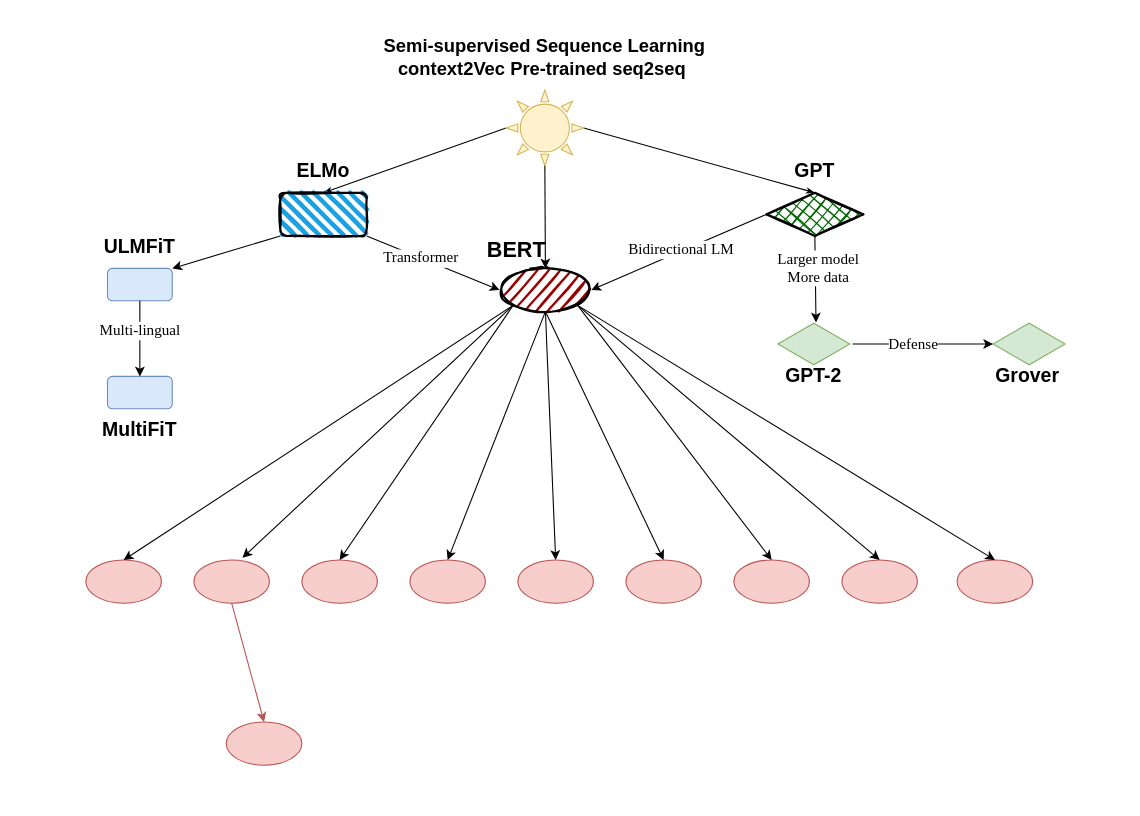
Above: 语言预训练发展.drawio in yhx123hero/CyberspaceSecurity_NER (draw.io), before the change. Source tidied: cells renumbered, new cells numbered last; positions are measured from the earlier drawing's top-left corner, leaving out a move shared by most shapes. Both pictures are drawn from the tidied source at 108%, with x=0, y=0 at pixel (85, 30).
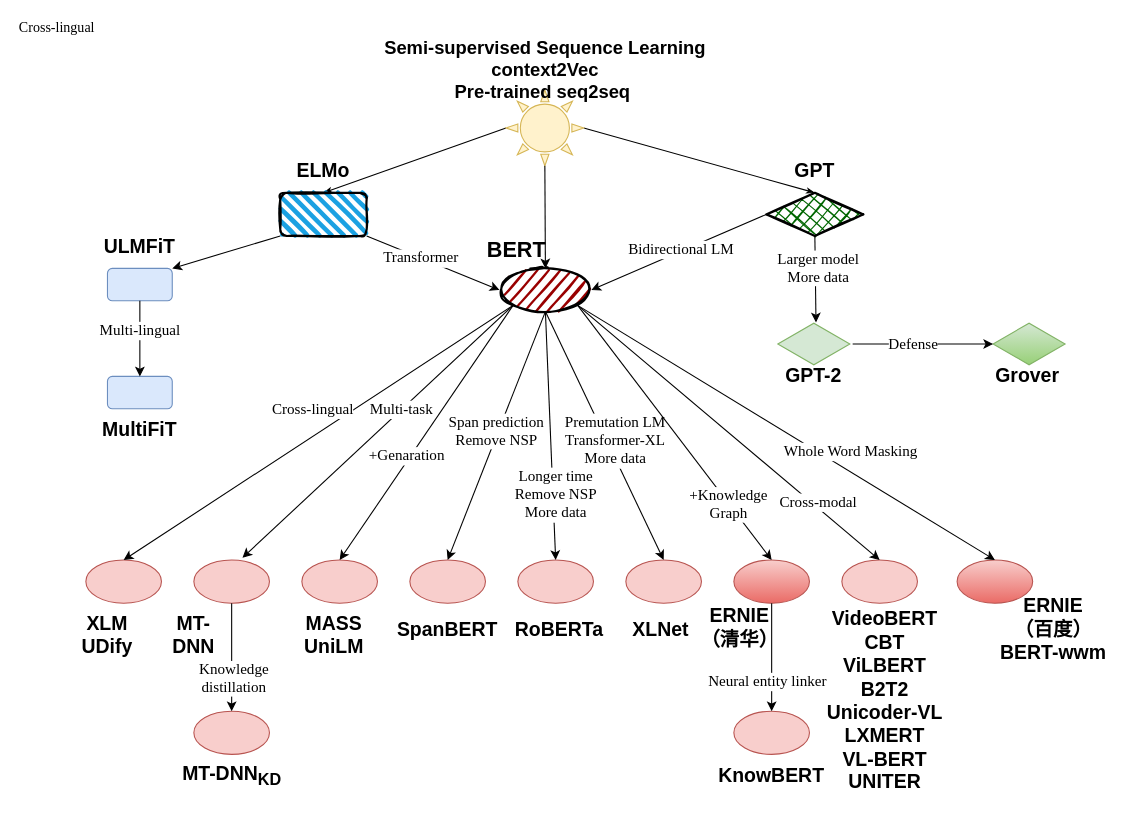
Above is the later version.

Commit message (it also covers changes not shown here):
更新语言预训练发展.drawio

Unchanged cells that the change refers to:
```xml
<mxCell id="27" style="ellipse;whiteSpace=wrap;html=1;fontSize=17;fillColor=#f8cecc;strokeColor=#b85450;" parent="1" vertex="1">
  <mxGeometry x="100" y="490" width="70" height="40" as="geometry" />
</mxCell>
<mxCell id="43" style="endArrow=classic;html=1;strokeColor=#000000;fontFamily=Times New Roman;fontSize=20;exitX=0;exitY=1;exitDx=0;exitDy=0;entryX=0.5;entryY=0;entryDx=0;entryDy=0;" parent="1" edge="1" source="10" target="23">
  <mxGeometry relative="1" as="geometry" />
</mxCell>
<mxCell id="44" style="endArrow=classic;html=1;strokeColor=#000000;fontFamily=Times New Roman;fontSize=20;exitX=0;exitY=1;exitDx=0;exitDy=0;entryX=0.643;entryY=-0.05;entryDx=0;entryDy=0;entryPerimeter=0;" parent="1" edge="1" source="10" target="27">
  <mxGeometry relative="1" as="geometry" />
</mxCell>
<mxCell id="45" style="endArrow=classic;html=1;strokeColor=#000000;fontFamily=Times New Roman;fontSize=20;exitX=0;exitY=1;exitDx=0;exitDy=0;entryX=0.5;entryY=0;entryDx=0;entryDy=0;" parent="1" edge="1" source="10" target="28">
  <mxGeometry relative="1" as="geometry" />
</mxCell>
<mxCell id="46" style="endArrow=classic;html=1;strokeColor=#000000;fontFamily=Times New Roman;fontSize=20;exitX=0.5;exitY=1;exitDx=0;exitDy=0;entryX=0.5;entryY=0;entryDx=0;entryDy=0;" parent="1" edge="1" source="10" target="29">
  <mxGeometry relative="1" as="geometry" />
</mxCell>
<mxCell id="47" style="endArrow=classic;html=1;strokeColor=#000000;fontFamily=Times New Roman;fontSize=20;exitX=0.5;exitY=1;exitDx=0;exitDy=0;entryX=0.5;entryY=0;entryDx=0;entryDy=0;" parent="1" edge="1" source="10" target="30">
  <mxGeometry relative="1" as="geometry" />
</mxCell>
<mxCell id="48" style="endArrow=classic;html=1;strokeColor=#000000;fontFamily=Times New Roman;fontSize=20;exitX=0.5;exitY=1;exitDx=0;exitDy=0;entryX=0.5;entryY=0;entryDx=0;entryDy=0;" parent="1" edge="1" source="10" target="31">
  <mxGeometry relative="1" as="geometry" />
</mxCell>
<mxCell id="49" style="endArrow=classic;html=1;strokeColor=#000000;fontFamily=Times New Roman;fontSize=20;exitX=1;exitY=1;exitDx=0;exitDy=0;entryX=0.5;entryY=0;entryDx=0;entryDy=0;" parent="1" edge="1" source="10" target="32">
  <mxGeometry relative="1" as="geometry" />
</mxCell>
<mxCell id="50" style="endArrow=classic;html=1;strokeColor=#000000;fontFamily=Times New Roman;fontSize=20;exitX=1;exitY=1;exitDx=0;exitDy=0;entryX=0.5;entryY=0;entryDx=0;entryDy=0;" parent="1" edge="1" source="10" target="33">
  <mxGeometry relative="1" as="geometry" />
</mxCell>
<mxCell id="51" style="endArrow=classic;html=1;strokeColor=#000000;fontFamily=Times New Roman;fontSize=20;exitX=1;exitY=1;exitDx=0;exitDy=0;entryX=0.5;entryY=0;entryDx=0;entryDy=0;" parent="1" edge="1" source="10" target="34">
  <mxGeometry relative="1" as="geometry" />
</mxCell>
```

The edit, as a diff of the source:
```diff
@@
-    <mxCell id="5" value="Semi-supervised Sequence Learning context2Vec Pre-trained seq2seq&amp;nbsp;" style="text;html=1;strokeColor=none;fillColor=none;align=center;verticalAlign=middle;whiteSpace=wrap;rounded=0;fontSize=17;fontStyle=1;" parent="1" vertex="1">
-      <mxGeometry x="275" width="300" height="50" as="geometry" />
+    <mxCell id="5" value="Semi-supervised Sequence Learning context2Vec &lt;br&gt;Pre-trained seq2seq&amp;nbsp;" style="text;html=1;strokeColor=none;fillColor=none;align=center;verticalAlign=middle;whiteSpace=wrap;rounded=0;fontSize=17;fontStyle=1;" parent="1" vertex="1">
+      <mxGeometry x="248" y="12" width="355" height="50" as="geometry" />
     </mxCell>
@@
-    <mxCell id="20" style="html=1;whiteSpace=wrap;shape=isoRectangle;fontSize=17;fillColor=#d5e8d4;strokeColor=#82b366;" parent="1" vertex="1">
+    <mxCell id="20" style="html=1;whiteSpace=wrap;shape=isoRectangle;fontSize=17;fillColor=#d5e8d4;strokeColor=#82b366;gradientColor=#97d077;" parent="1" vertex="1">
       <mxGeometry x="840" y="270" width="66.7" height="40" as="geometry" />
     </mxCell>
@@
-    <mxCell id="32" style="ellipse;whiteSpace=wrap;html=1;fontSize=17;fillColor=#f8cecc;strokeColor=#b85450;" parent="1" vertex="1">
+    <mxCell id="32" style="ellipse;whiteSpace=wrap;html=1;fontSize=17;fillColor=#f8cecc;strokeColor=#b85450;gradientColor=#ea6b66;" parent="1" vertex="1">
       <mxGeometry x="600" y="490" width="70" height="40" as="geometry" />
     </mxCell>
@@
-    <mxCell id="34" style="ellipse;whiteSpace=wrap;html=1;fontSize=17;fillColor=#f8cecc;strokeColor=#b85450;" parent="1" vertex="1">
+    <mxCell id="34" style="ellipse;whiteSpace=wrap;html=1;fontSize=17;fillColor=#f8cecc;strokeColor=#b85450;gradientColor=#ea6b66;" parent="1" vertex="1">
       <mxGeometry x="806.7" y="490" width="70" height="40" as="geometry" />
     </mxCell>
     <mxCell id="35" style="ellipse;whiteSpace=wrap;html=1;fontSize=17;fillColor=#f8cecc;strokeColor=#b85450;" parent="1" vertex="1">
-      <mxGeometry x="130" y="640" width="70" height="40" as="geometry" />
+      <mxGeometry x="100" y="630" width="70" height="40" as="geometry" />
     </mxCell>
-    <mxCell id="36" style="endArrow=classic;html=1;strokeColor=#b85450;fontSize=17;exitX=0.5;exitY=1;exitDx=0;exitDy=0;entryX=0.5;entryY=0;entryDx=0;entryDy=0;fillColor=#f8cecc;" parent="1" edge="1" source="27" target="35">
+    <mxCell id="36" style="endArrow=classic;html=1;fontSize=17;exitX=0.5;exitY=1;exitDx=0;exitDy=0;entryX=0.5;entryY=0;entryDx=0;entryDy=0;fillColor=#f8cecc;" parent="1" edge="1" source="27" target="35">
       <mxGeometry relative="1" as="geometry" />
     </mxCell>
+    <mxCell id="52" value="Knowledge&lt;br style=&quot;font-size: 14px;&quot;&gt;distillation" style="edgeLabel;html=1;align=center;verticalAlign=middle;fontSize=14;fontFamily=Times New Roman;" parent="36" vertex="1">
+      <mxGeometry x="0.24" y="1" relative="1" as="geometry">
+        <mxPoint y="7" as="offset" />
+      </mxGeometry>
+    </mxCell>
@@
+    <mxCell id="53" value="Cross-lingual" style="edgeLabel;html=1;align=center;verticalAlign=middle;fontSize=14;fontFamily=Times New Roman;" parent="43" vertex="1">
+      <mxGeometry x="-0.13" y="-3" relative="1" as="geometry">
+        <mxPoint x="-27.5" y="-4" as="offset" />
+      </mxGeometry>
+    </mxCell>
@@
+    <mxCell id="54" value="Multi-task" style="edgeLabel;html=1;align=center;verticalAlign=middle;fontSize=14;fontFamily=Times New Roman;" parent="44" vertex="1">
+      <mxGeometry x="-0.17" y="-1" relative="1" as="geometry" />
+    </mxCell>
@@
+    <mxCell id="55" value="+Genaration" style="edgeLabel;html=1;align=center;verticalAlign=middle;fontSize=14;fontFamily=Times New Roman;" parent="45" vertex="1">
+      <mxGeometry x="0.2" y="-3" relative="1" as="geometry" />
+    </mxCell>
@@
+    <mxCell id="56" value="Span prediction&lt;br style=&quot;font-size: 14px;&quot;&gt;Remove NSP" style="edgeLabel;html=1;align=center;verticalAlign=middle;fontSize=14;fontFamily=Times New Roman;" parent="46" vertex="1">
+      <mxGeometry x="0.14" y="2" relative="1" as="geometry">
+        <mxPoint x="3.3" y="-21.9" as="offset" />
+      </mxGeometry>
+    </mxCell>
@@
+    <mxCell id="57" value="Longer time&lt;br style=&quot;font-size: 14px;&quot;&gt;Remove NSP&lt;br style=&quot;font-size: 14px;&quot;&gt;More data" style="edgeLabel;html=1;align=center;verticalAlign=middle;fontSize=14;fontFamily=Times New Roman;" parent="47" vertex="1">
+      <mxGeometry x="0.32" relative="1" as="geometry">
+        <mxPoint x="3.2" y="18.1" as="offset" />
+      </mxGeometry>
+    </mxCell>
@@
+    <mxCell id="58" value="Premutation LM&lt;br style=&quot;font-size: 14px;&quot;&gt;Transformer-XL&lt;br style=&quot;font-size: 14px;&quot;&gt;More data" style="edgeLabel;html=1;align=center;verticalAlign=middle;fontSize=14;fontFamily=Times New Roman;" parent="48" vertex="1">
+      <mxGeometry x="0.54" y="1" relative="1" as="geometry">
+        <mxPoint x="-21.1" y="-57.4" as="offset" />
+      </mxGeometry>
+    </mxCell>
@@
+    <mxCell id="59" value="+Knowledge&lt;br style=&quot;font-size: 14px;&quot;&gt;Graph" style="edgeLabel;html=1;align=center;verticalAlign=middle;fontSize=14;fontFamily=Times New Roman;" parent="49" vertex="1">
+      <mxGeometry x="0.56" y="-1" relative="1" as="geometry" />
+    </mxCell>
@@
+    <mxCell id="60" value="Cross-modal" style="edgeLabel;html=1;align=center;verticalAlign=middle;fontSize=14;fontFamily=Times New Roman;" parent="50" vertex="1">
+      <mxGeometry x="0.57" y="4" relative="1" as="geometry" />
+    </mxCell>
@@
+    <mxCell id="61" value="Whole Word Masking" style="edgeLabel;html=1;align=center;verticalAlign=middle;fontSize=14;fontFamily=Times New Roman;" parent="51" vertex="1">
+      <mxGeometry x="0.64" relative="1" as="geometry">
+        <mxPoint x="-64.7" y="-57.5" as="offset" />
+      </mxGeometry>
+    </mxCell>
+    <mxCell id="62" value="XLM&lt;br&gt;UDify" style="text;html=1;strokeColor=none;fillColor=none;align=center;verticalAlign=middle;whiteSpace=wrap;rounded=0;fontSize=18;fontStyle=1;" parent="1" vertex="1">
+      <mxGeometry x="-10" y="540" width="60" height="40" as="geometry" />
+    </mxCell>
+    <mxCell id="63" value="MT-DNN&lt;sub&gt;KD&lt;/sub&gt;" style="text;html=1;strokeColor=none;fillColor=none;align=center;verticalAlign=middle;whiteSpace=wrap;rounded=0;fontSize=18;fontStyle=1;" parent="1" vertex="1">
+      <mxGeometry x="82.5" y="670" width="105" height="40" as="geometry" />
+    </mxCell>
+    <mxCell id="64" value="MT-DNN" style="text;html=1;strokeColor=none;fillColor=none;align=center;verticalAlign=middle;whiteSpace=wrap;rounded=0;fontSize=18;fontStyle=1;" parent="1" vertex="1">
+      <mxGeometry x="70" y="540" width="60" height="40" as="geometry" />
+    </mxCell>
+    <mxCell id="65" value="MASS&lt;br&gt;UniLM" style="text;html=1;strokeColor=none;fillColor=none;align=center;verticalAlign=middle;whiteSpace=wrap;rounded=0;fontSize=18;fontStyle=1;" parent="1" vertex="1">
+      <mxGeometry x="200" y="540" width="60" height="40" as="geometry" />
+    </mxCell>
+    <mxCell id="66" value="SpanBERT" style="text;html=1;strokeColor=none;fillColor=none;align=center;verticalAlign=middle;whiteSpace=wrap;rounded=0;fontSize=18;fontStyle=1;" parent="1" vertex="1">
+      <mxGeometry x="295" y="535" width="80" height="40" as="geometry" />
+    </mxCell>
+    <mxCell id="67" value="RoBERTa" style="text;html=1;strokeColor=none;fillColor=none;align=center;verticalAlign=middle;whiteSpace=wrap;rounded=0;fontSize=18;fontStyle=1;" parent="1" vertex="1">
+      <mxGeometry x="406" y="535" width="65" height="40" as="geometry" />
+    </mxCell>
+    <mxCell id="68" value="KnowBERT" style="text;html=1;strokeColor=none;fillColor=none;align=center;verticalAlign=middle;whiteSpace=wrap;rounded=0;fontSize=18;fontStyle=1;" parent="1" vertex="1">
+      <mxGeometry x="585" y="670" width="100" height="40" as="geometry" />
+    </mxCell>
+    <mxCell id="69" value="ERNIE&lt;br&gt;（清华）" style="text;html=1;strokeColor=none;fillColor=none;align=center;verticalAlign=middle;whiteSpace=wrap;rounded=0;fontSize=18;fontStyle=1;" parent="1" vertex="1">
+      <mxGeometry x="564" y="533" width="83" height="40" as="geometry" />
+    </mxCell>
+    <mxCell id="70" style="ellipse;whiteSpace=wrap;html=1;fontSize=17;fillColor=#f8cecc;strokeColor=#b85450;" parent="1" vertex="1">
+      <mxGeometry x="600" y="630" width="70" height="40" as="geometry" />
+    </mxCell>
+    <mxCell id="71" style="endArrow=classic;html=1;strokeColor=#000000;fontFamily=Times New Roman;fontSize=13;exitX=0.5;exitY=1;exitDx=0;exitDy=0;entryX=0.5;entryY=0;entryDx=0;entryDy=0;" parent="1" edge="1" source="32" target="70">
+      <mxGeometry relative="1" as="geometry" />
+    </mxCell>
+    <mxCell id="72" value="Neural entity linker" style="edgeLabel;html=1;align=center;verticalAlign=middle;fontSize=14;fontFamily=Times New Roman;" parent="71" vertex="1">
+      <mxGeometry x="0.22" y="1" relative="1" as="geometry">
+        <mxPoint x="-6" y="11" as="offset" />
+      </mxGeometry>
+    </mxCell>
+    <mxCell id="73" value="ERNIE&lt;br&gt;（百度）&lt;br&gt;BERT-wwm" style="text;html=1;strokeColor=none;fillColor=none;align=center;verticalAlign=middle;whiteSpace=wrap;rounded=0;fontSize=18;fontStyle=1;" parent="1" vertex="1">
+      <mxGeometry x="831.8" y="535" width="128.2" height="40" as="geometry" />
+    </mxCell>
+    <mxCell id="74" value="VideoBERT &lt;br&gt;CBT&lt;br&gt;ViLBERT&lt;br&gt;B2T2&lt;br&gt;Unicoder-VL&lt;br&gt;LXMERT&lt;br&gt;VL-BERT&lt;br&gt;UNITER" style="text;html=1;strokeColor=none;fillColor=none;align=center;verticalAlign=middle;whiteSpace=wrap;rounded=0;fontSize=18;fontStyle=1;" parent="1" vertex="1">
+      <mxGeometry x="660" y="533" width="160" height="175" as="geometry" />
+    </mxCell>
+    <mxCell id="75" value="XLNet" style="text;html=1;strokeColor=none;fillColor=none;align=center;verticalAlign=middle;whiteSpace=wrap;rounded=0;fontSize=18;fontStyle=1;" parent="1" vertex="1">
+      <mxGeometry x="500" y="535" width="65" height="40" as="geometry" />
+    </mxCell>
+    <mxCell id="76" value="Cross-lingual" style="edgeLabel;html=1;align=center;verticalAlign=middle;fontSize=13;fontFamily=Times New Roman;" parent="1" vertex="1">
+      <mxGeometry x="-0.13" y="-3" relative="1" as="geometry">
+        <mxPoint x="-27.5" y="-4" as="offset" />
+      </mxGeometry>
+    </mxCell>
```
